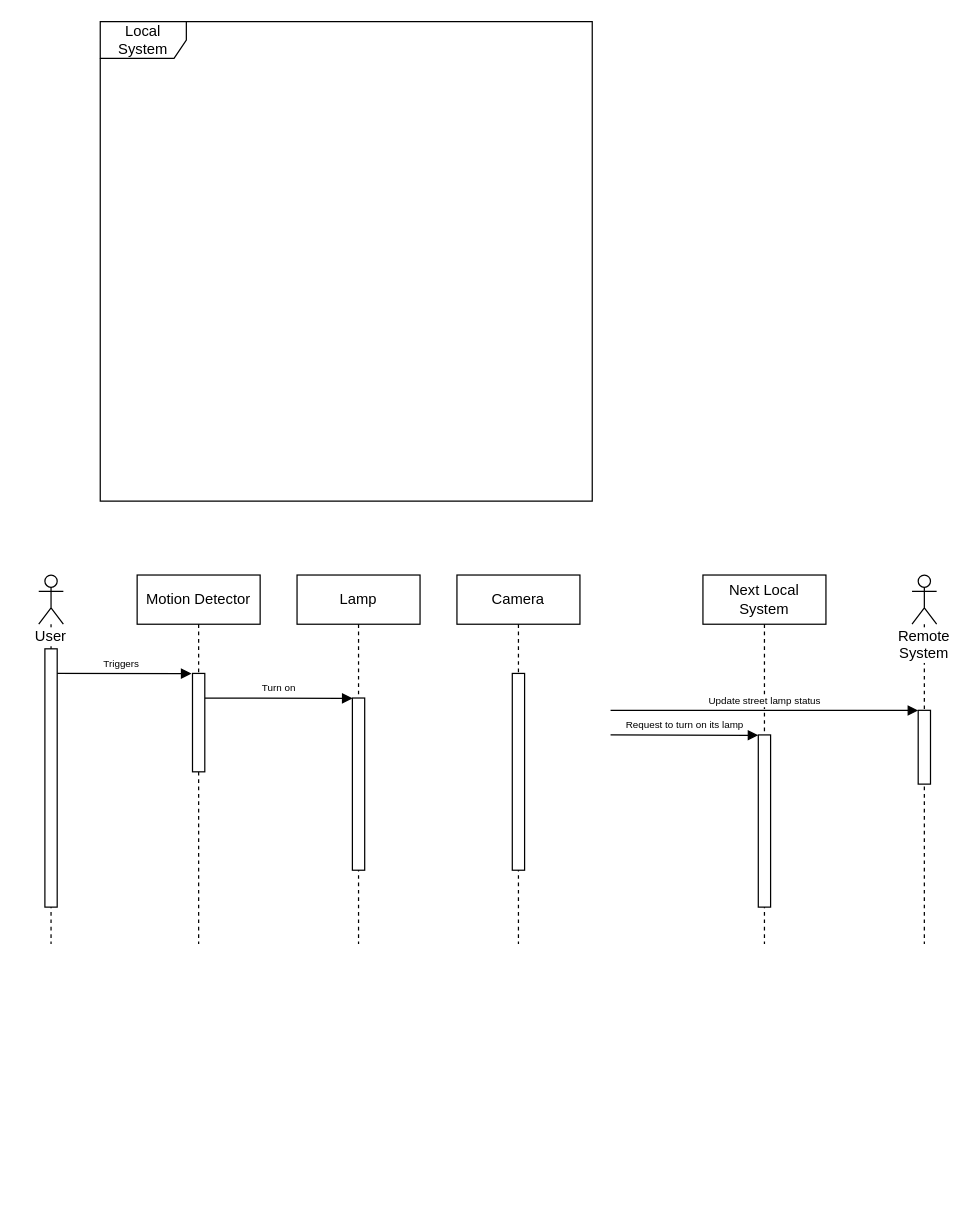
ESRGgroup9/slipad keeps this draw.io diagram as page "LS_SeqDiagram" (6 of 7) of project/report/flowcharts/LocalSystem.drawio. Above is the earlier version. Source tidied: cells renumbered, new cells numbered last; positions are measured from the earlier drawing's top-left corner, leaving out a move shared by most shapes. Both pictures are drawn from the tidied source at 123%, with x=0, y=0 at pixel (38, 21).
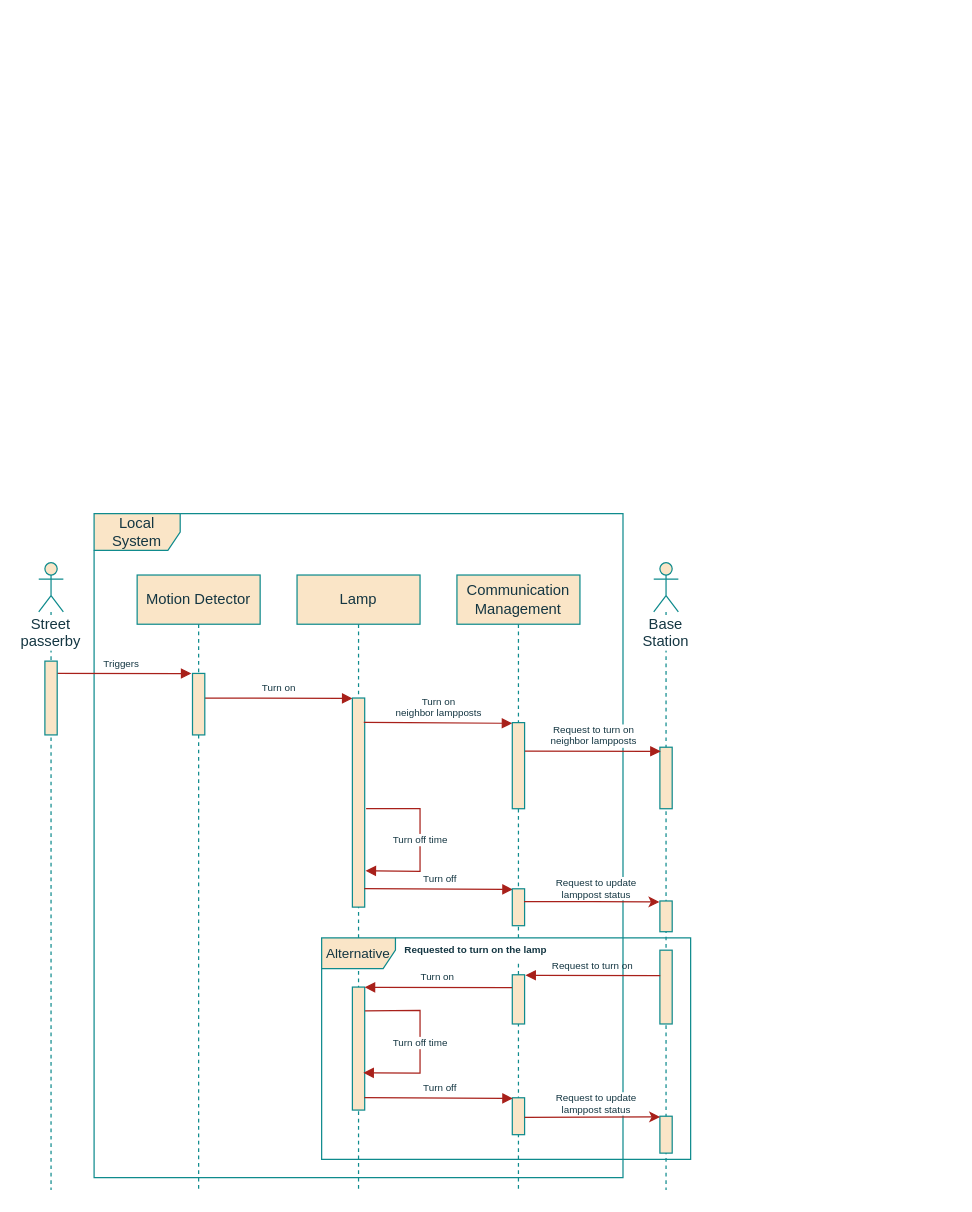
The same page after the edit.

What changed in the source:
```diff
@@
+    <mxCell id="5" value="Local System" style="shape=umlFrame;whiteSpace=wrap;html=1;width=70;height=30;fillColor=#FAE5C7;strokeColor=#0F8B8D;fontColor=#143642;" parent="1" vertex="1">
+      <mxGeometry x="45" y="400" width="430" height="540" as="geometry" />
+    </mxCell>
-    <mxCell id="2" value="Triggers" style="html=1;verticalAlign=bottom;endArrow=block;rounded=0;entryX=-0.086;entryY=0.002;entryDx=0;entryDy=0;entryPerimeter=0;fontSize=8;" parent="1" edge="1" target="10">
+    <mxCell id="2" value="Triggers" style="html=1;verticalAlign=bottom;endArrow=block;rounded=0;entryX=-0.086;entryY=0.002;entryDx=0;entryDy=0;entryPerimeter=0;fontSize=8;labelBackgroundColor=none;strokeColor=#A8201A;fontColor=#143642;" parent="1" edge="1" target="10">
       <mxGeometry relative="1" as="geometry">
         <mxPoint x="10" y="530" as="sourcePoint" />
       </mxGeometry>
     </mxCell>
-    <mxCell id="3" value="User" style="shape=umlLifeline;participant=umlActor;perimeter=lifelinePerimeter;whiteSpace=wrap;html=1;verticalAlign=top;spacingTop=36;size=40;labelBackgroundColor=default;" parent="1" vertex="1">
-      <mxGeometry y="450" width="20" height="300" as="geometry" />
+    <mxCell id="3" value="Street passerby" style="shape=umlLifeline;participant=umlActor;perimeter=lifelinePerimeter;whiteSpace=wrap;html=1;verticalAlign=top;spacingTop=36;size=40;labelBackgroundColor=default;fillColor=#FAE5C7;strokeColor=#0F8B8D;fontColor=#143642;" parent="1" vertex="1">
+      <mxGeometry y="440" width="20" height="510" as="geometry" />
     </mxCell>
-    <mxCell id="4" style="html=1;perimeter=orthogonalPerimeter;" parent="3" vertex="1">
-      <mxGeometry x="5" y="60" width="10" height="210" as="geometry" />
+    <mxCell id="4" style="html=1;perimeter=orthogonalPerimeter;fillColor=#FAE5C7;strokeColor=#0F8B8D;fontColor=#143642;" parent="3" vertex="1">
+      <mxGeometry x="5" y="80" width="10" height="60" as="geometry" />
     </mxCell>
-    <mxCell id="5" value="Local System" style="shape=umlFrame;whiteSpace=wrap;html=1;width=70;height=30;" parent="1" vertex="1">
-      <mxGeometry x="50" width="400" height="390" as="geometry" />
-    </mxCell>
-    <mxCell id="6" value="Lamp" style="shape=umlLifeline;perimeter=lifelinePerimeter;whiteSpace=wrap;html=1;" parent="1" vertex="1">
-      <mxGeometry x="210" y="450" width="100" height="300" as="geometry" />
+    <mxCell id="6" value="Lamp" style="shape=umlLifeline;perimeter=lifelinePerimeter;whiteSpace=wrap;html=1;fillColor=#FAE5C7;strokeColor=#0F8B8D;fontColor=#143642;" parent="1" vertex="1">
+      <mxGeometry x="210" y="450" width="100" height="500" as="geometry" />
     </mxCell>
-    <mxCell id="7" value="Turn on" style="html=1;verticalAlign=bottom;endArrow=block;rounded=0;entryX=0.01;entryY=0.002;entryDx=0;entryDy=0;entryPerimeter=0;fontSize=8;" parent="6" edge="1" target="8">
+    <mxCell id="7" value="Turn on" style="html=1;verticalAlign=bottom;endArrow=block;rounded=0;entryX=0.01;entryY=0.002;entryDx=0;entryDy=0;entryPerimeter=0;fontSize=8;labelBackgroundColor=none;strokeColor=#A8201A;fontColor=#143642;" parent="6" edge="1" target="8">
       <mxGeometry relative="1" as="geometry">
         <mxPoint x="-75" y="100" as="sourcePoint" />
       </mxGeometry>
     </mxCell>
-    <mxCell id="8" style="html=1;points=[];perimeter=orthogonalPerimeter;" parent="6" vertex="1">
-      <mxGeometry x="45" y="100" width="10" height="140" as="geometry" />
+    <mxCell id="8" style="html=1;points=[];perimeter=orthogonalPerimeter;fillColor=#FAE5C7;strokeColor=#0F8B8D;fontColor=#143642;" parent="6" vertex="1">
+      <mxGeometry x="45" y="100" width="10" height="170" as="geometry" />
     </mxCell>
+    <mxCell id="19" value="&lt;div&gt;Turn off time&lt;/div&gt;" style="html=1;verticalAlign=bottom;endArrow=block;rounded=0;fontSize=8;labelBackgroundColor=default;strokeColor=#A8201A;fontColor=#143642;labelBorderColor=none;entryX=1.067;entryY=0.826;entryDx=0;entryDy=0;entryPerimeter=0;exitX=1.114;exitY=0.529;exitDx=0;exitDy=0;exitPerimeter=0;" parent="6" edge="1" source="8" target="8">
+      <mxGeometry x="0.11" relative="1" as="geometry">
+        <Array as="points">
+          <mxPoint x="100" y="190" />
+          <mxPoint x="100" y="241" />
+        </Array>
+      </mxGeometry>
+    </mxCell>
-    <mxCell id="9" value="Motion Detector" style="shape=umlLifeline;perimeter=lifelinePerimeter;whiteSpace=wrap;html=1;" parent="1" vertex="1">
-      <mxGeometry x="80" y="450" width="100" height="300" as="geometry" />
+    <mxCell id="9" value="Motion Detector" style="shape=umlLifeline;perimeter=lifelinePerimeter;whiteSpace=wrap;html=1;fillColor=#FAE5C7;strokeColor=#0F8B8D;fontColor=#143642;" parent="1" vertex="1">
+      <mxGeometry x="80" y="450" width="100" height="500" as="geometry" />
     </mxCell>
-    <mxCell id="10" style="html=1;points=[];perimeter=orthogonalPerimeter;" parent="9" vertex="1">
-      <mxGeometry x="45" y="80" width="10" height="80" as="geometry" />
+    <mxCell id="10" style="html=1;points=[];perimeter=orthogonalPerimeter;fillColor=#FAE5C7;strokeColor=#0F8B8D;fontColor=#143642;" parent="9" vertex="1">
+      <mxGeometry x="45" y="80" width="10" height="50" as="geometry" />
     </mxCell>
-    <mxCell id="11" value="Next Local System" style="shape=umlLifeline;perimeter=lifelinePerimeter;whiteSpace=wrap;html=1;" parent="1" vertex="1">
-      <mxGeometry x="540" y="450" width="100" height="300" as="geometry" />
-    </mxCell>
+    <mxCell id="20" value="Base Station" style="shape=umlLifeline;participant=umlActor;perimeter=lifelinePerimeter;whiteSpace=wrap;html=1;verticalAlign=top;spacingTop=36;size=40;labelBackgroundColor=default;fillColor=#FAE5C7;strokeColor=#0F8B8D;fontColor=#143642;" parent="1" vertex="1">
+      <mxGeometry x="500" y="440" width="20" height="510" as="geometry" />
+    </mxCell>
+    <mxCell id="21" style="html=1;points=[];perimeter=orthogonalPerimeter;fillColor=#FAE5C7;strokeColor=#0F8B8D;fontColor=#143642;" parent="20" vertex="1">
+      <mxGeometry x="5" y="150" width="10" height="50" as="geometry" />
+    </mxCell>
+    <mxCell id="22" style="html=1;points=[];perimeter=orthogonalPerimeter;fillColor=#FAE5C7;strokeColor=#0F8B8D;fontColor=#143642;" parent="20" vertex="1">
+      <mxGeometry x="5" y="275" width="10" height="25" as="geometry" />
+    </mxCell>
+    <mxCell id="23" style="html=1;points=[];perimeter=orthogonalPerimeter;fillColor=#FAE5C7;strokeColor=#0F8B8D;fontColor=#143642;" parent="20" vertex="1">
+      <mxGeometry x="5" y="450" width="10" height="30" as="geometry" />
+    </mxCell>
+    <mxCell id="24" style="html=1;points=[];perimeter=orthogonalPerimeter;fillColor=#FAE5C7;strokeColor=#0F8B8D;fontColor=#143642;" parent="20" vertex="1">
+      <mxGeometry x="5" y="315" width="10" height="60" as="geometry" />
+    </mxCell>
-    <mxCell id="12" value="Request to turn on its lamp" style="html=1;verticalAlign=bottom;endArrow=block;rounded=0;entryX=0.01;entryY=0.002;entryDx=0;entryDy=0;entryPerimeter=0;fontSize=8;" parent="11" edge="1">
-      <mxGeometry relative="1" as="geometry">
-        <mxPoint x="-75.1" y="130" as="sourcePoint" />
-        <mxPoint x="45" y="130.3" as="targetPoint" />
+    <mxCell id="12" value="&lt;div&gt;Turn on&lt;/div&gt;&lt;div&gt;neighbor lampposts&lt;/div&gt;" style="html=1;verticalAlign=bottom;endArrow=block;rounded=0;fontSize=8;labelBackgroundColor=none;strokeColor=#A8201A;fontColor=#143642;labelBorderColor=none;exitX=0.928;exitY=0.116;exitDx=0;exitDy=0;exitPerimeter=0;entryX=0;entryY=0.008;entryDx=0;entryDy=0;entryPerimeter=0;" parent="1" edge="1" source="8" target="26">
+      <mxGeometry x="0.01" relative="1" as="geometry">
+        <Array as="points">
+          <mxPoint x="300" y="570" />
+        </Array>
       </mxGeometry>
     </mxCell>
-    <mxCell id="13" style="html=1;perimeter=orthogonalPerimeter;" parent="11" vertex="1">
-      <mxGeometry x="45" y="130" width="10" height="140" as="geometry" />
-    </mxCell>
-    <mxCell id="14" value="Update street lamp status" style="html=1;verticalAlign=bottom;endArrow=block;rounded=0;fontSize=8;entryX=0;entryY=0.003;entryDx=0;entryDy=0;entryPerimeter=0;" parent="11" edge="1">
-      <mxGeometry relative="1" as="geometry">
-        <mxPoint x="-75.1" y="110" as="sourcePoint" />
-        <mxPoint x="175" y="110.1" as="targetPoint" />
-      </mxGeometry>
-    </mxCell>
-    <mxCell id="15" value="Remote System" style="shape=umlLifeline;participant=umlActor;perimeter=lifelinePerimeter;whiteSpace=wrap;html=1;verticalAlign=top;spacingTop=36;size=40;labelBackgroundColor=default;" parent="1" vertex="1">
-      <mxGeometry x="710" y="450" width="20" height="300" as="geometry" />
-    </mxCell>
-    <mxCell id="16" style="html=1;perimeter=orthogonalPerimeter;" parent="15" vertex="1">
-      <mxGeometry x="5" y="110" width="10" height="60" as="geometry" />
-    </mxCell>
-    <mxCell id="17" value="Camera" style="shape=umlLifeline;perimeter=lifelinePerimeter;whiteSpace=wrap;html=1;" parent="1" vertex="1">
-      <mxGeometry x="340" y="450" width="100" height="300" as="geometry" />
-    </mxCell>
-    <mxCell id="18" style="html=1;perimeter=orthogonalPerimeter;" parent="17" vertex="1">
-      <mxGeometry x="45" y="80" width="10" height="160" as="geometry" />
-    </mxCell>
+    <mxCell id="25" value="Communication Management" style="shape=umlLifeline;perimeter=lifelinePerimeter;whiteSpace=wrap;html=1;fillColor=#FAE5C7;strokeColor=#0F8B8D;fontColor=#143642;" parent="1" vertex="1">
+      <mxGeometry x="340" y="450" width="100" height="500" as="geometry" />
+    </mxCell>
+    <mxCell id="26" style="html=1;points=[];perimeter=orthogonalPerimeter;fillColor=#FAE5C7;strokeColor=#0F8B8D;fontColor=#143642;" parent="25" vertex="1">
+      <mxGeometry x="45" y="120" width="10" height="70" as="geometry" />
+    </mxCell>
+    <mxCell id="27" style="html=1;points=[];perimeter=orthogonalPerimeter;fillColor=#FAE5C7;strokeColor=#0F8B8D;fontColor=#143642;" parent="25" vertex="1">
+      <mxGeometry x="-85" y="335" width="10" height="100" as="geometry" />
+    </mxCell>
+    <mxCell id="28" value="Turn off time" style="html=1;verticalAlign=bottom;endArrow=block;rounded=0;fontSize=8;labelBackgroundColor=default;strokeColor=#A8201A;fontColor=#143642;labelBorderColor=none;entryX=0.886;entryY=1.005;entryDx=0;entryDy=0;entryPerimeter=0;exitX=1.029;exitY=0.645;exitDx=0;exitDy=0;exitPerimeter=0;" parent="25" edge="1">
+      <mxGeometry x="0.11" relative="1" as="geometry">
+        <mxPoint x="-74.7" y="354.3" as="sourcePoint" />
+        <mxPoint x="-76.1" y="404.7" as="targetPoint" />
+        <Array as="points">
+          <mxPoint x="-30" y="354" />
+          <mxPoint x="-30" y="405" />
+        </Array>
+      </mxGeometry>
+    </mxCell>
+    <mxCell id="29" style="html=1;points=[];perimeter=orthogonalPerimeter;fillColor=#FAE5C7;strokeColor=#0F8B8D;fontColor=#143642;" parent="25" vertex="1">
+      <mxGeometry x="45" y="325" width="10" height="40" as="geometry" />
+    </mxCell>
+    <mxCell id="30" style="html=1;points=[];perimeter=orthogonalPerimeter;fillColor=#FAE5C7;strokeColor=#0F8B8D;fontColor=#143642;" parent="25" vertex="1">
+      <mxGeometry x="45" y="425" width="10" height="30" as="geometry" />
+    </mxCell>
+    <mxCell id="31" value="Turn off" style="html=1;verticalAlign=bottom;endArrow=block;rounded=0;fontSize=8;labelBackgroundColor=none;strokeColor=#A8201A;fontColor=#143642;labelBorderColor=none;entryX=0.044;entryY=0.018;entryDx=0;entryDy=0;entryPerimeter=0;exitX=0.974;exitY=0.899;exitDx=0;exitDy=0;exitPerimeter=0;" parent="25" edge="1" target="32">
+      <mxGeometry x="0.01" relative="1" as="geometry">
+        <mxPoint x="-75.3" y="255" as="sourcePoint" />
+      </mxGeometry>
+    </mxCell>
+    <mxCell id="32" style="html=1;points=[];perimeter=orthogonalPerimeter;fillColor=#FAE5C7;strokeColor=#0F8B8D;fontColor=#143642;" parent="25" vertex="1">
+      <mxGeometry x="45" y="255.1" width="10" height="30" as="geometry" />
+    </mxCell>
+    <mxCell id="33" value="&lt;div&gt;&lt;b&gt;Requested to turn on the lamp&lt;/b&gt;&lt;/div&gt;" style="text;html=1;align=center;verticalAlign=middle;strokeColor=none;fillColor=default;fontSize=8;fontColor=#143642;" parent="25" vertex="1">
+      <mxGeometry x="-50" y="295" width="130" height="20" as="geometry" />
+    </mxCell>
+    <mxCell id="34" value="Turn on" style="html=1;verticalAlign=bottom;endArrow=block;rounded=0;fontSize=8;labelBackgroundColor=none;strokeColor=#A8201A;fontColor=#143642;labelBorderColor=none;exitX=-0.02;exitY=0.26;exitDx=0;exitDy=0;exitPerimeter=0;entryX=0.998;entryY=0.002;entryDx=0;entryDy=0;entryPerimeter=0;" parent="25" edge="1" source="29" target="27">
+      <mxGeometry x="0.01" relative="1" as="geometry" />
+    </mxCell>
+    <mxCell id="35" value="Turn off" style="html=1;verticalAlign=bottom;endArrow=block;rounded=0;fontSize=8;labelBackgroundColor=none;strokeColor=#A8201A;fontColor=#143642;labelBorderColor=none;entryX=0.044;entryY=0.018;entryDx=0;entryDy=0;entryPerimeter=0;exitX=0.974;exitY=0.899;exitDx=0;exitDy=0;exitPerimeter=0;" parent="25" edge="1" source="27" target="30">
+      <mxGeometry x="0.01" relative="1" as="geometry" />
+    </mxCell>
+    <mxCell id="36" value="&lt;div&gt;Request to turn on&lt;/div&gt;&lt;div&gt;neighbor lampposts&lt;/div&gt;" style="html=1;verticalAlign=bottom;endArrow=block;rounded=0;fontSize=8;labelBackgroundColor=default;strokeColor=#A8201A;fontColor=#143642;labelBorderColor=none;entryX=0.069;entryY=0.067;entryDx=0;entryDy=0;entryPerimeter=0;exitX=1.029;exitY=0.33;exitDx=0;exitDy=0;exitPerimeter=0;" parent="1" edge="1" source="26" target="21">
+      <mxGeometry x="0.01" relative="1" as="geometry" />
+    </mxCell>
+    <mxCell id="37" value="&lt;div&gt;Request to update&lt;/div&gt;&lt;div&gt;lamppost status&lt;/div&gt;" style="edgeStyle=orthogonalEdgeStyle;rounded=0;sketch=0;jettySize=auto;html=1;entryX=-0.033;entryY=0.033;entryDx=0;entryDy=0;entryPerimeter=0;labelBackgroundColor=default;labelBorderColor=none;fontColor=#143642;strokeColor=#A8201A;fillColor=#FAE5C7;fontSize=8;exitX=0.951;exitY=0.346;exitDx=0;exitDy=0;exitPerimeter=0;" parent="1" edge="1" source="32" target="22">
+      <mxGeometry x="0.05" y="11" relative="1" as="geometry">
+        <Array as="points">
+          <mxPoint x="450" y="716" />
+        </Array>
+      </mxGeometry>
+    </mxCell>
+    <mxCell id="38" value="&lt;font style=&quot;font-size: 11px&quot;&gt;Alternative&lt;/font&gt;" style="shape=umlFrame;whiteSpace=wrap;html=1;width=60;height=25;fillColor=#FAE5C7;strokeColor=#0F8B8D;fontColor=#143642;" parent="1" vertex="1">
+      <mxGeometry x="230" y="745" width="300" height="180" as="geometry" />
+    </mxCell>
+    <mxCell id="39" value="&lt;div&gt;Request to update&lt;/div&gt;&lt;div&gt;lamppost status&lt;/div&gt;" style="edgeStyle=orthogonalEdgeStyle;rounded=0;sketch=0;jettySize=auto;html=1;labelBackgroundColor=default;labelBorderColor=none;fontColor=#143642;strokeColor=#A8201A;fillColor=#FAE5C7;fontSize=8;entryX=0.024;entryY=0.018;entryDx=0;entryDy=0;entryPerimeter=0;" parent="1" edge="1" target="23">
+      <mxGeometry x="0.05" y="11" relative="1" as="geometry">
+        <mxPoint x="395" y="891" as="sourcePoint" />
+        <Array as="points">
+          <mxPoint x="395" y="891" />
+        </Array>
+      </mxGeometry>
+    </mxCell>
+    <mxCell id="40" value="Request to turn on" style="html=1;verticalAlign=bottom;endArrow=block;rounded=0;fontSize=8;labelBackgroundColor=none;strokeColor=#A8201A;fontColor=#143642;labelBorderColor=none;exitX=0.029;exitY=0.346;exitDx=0;exitDy=0;exitPerimeter=0;entryX=1.061;entryY=0.01;entryDx=0;entryDy=0;entryPerimeter=0;" parent="1" edge="1" source="24" target="29">
+      <mxGeometry x="0.01" relative="1" as="geometry" />
+    </mxCell>
```
